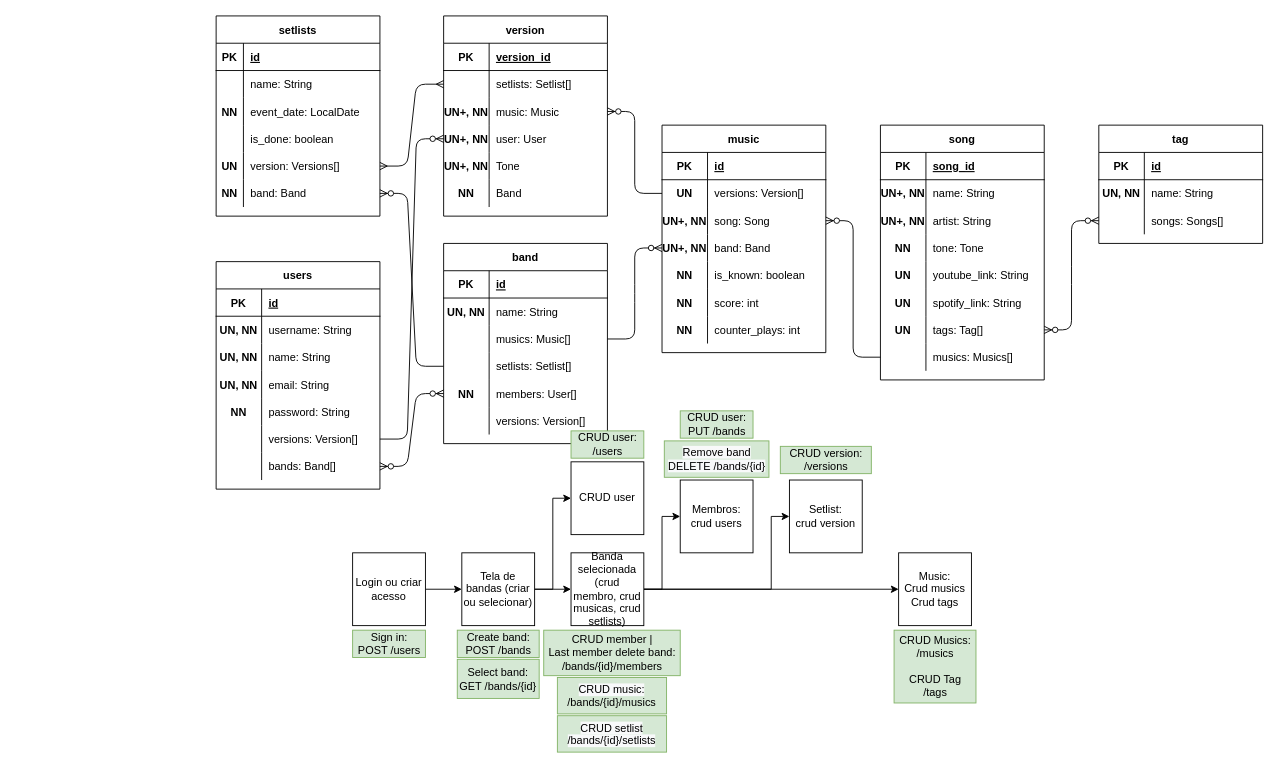
igormateus/repertapp-api keeps this draw.io diagram as design/diagram.drawio. Above is the earlier version. Source tidied: cells renumbered, new cells numbered last; positions are measured from the earlier drawing's top-left corner, leaving out a move shared by most shapes. Both pictures are drawn from the tidied source at 91%, with x=0, y=0 at pixel (216, 15).
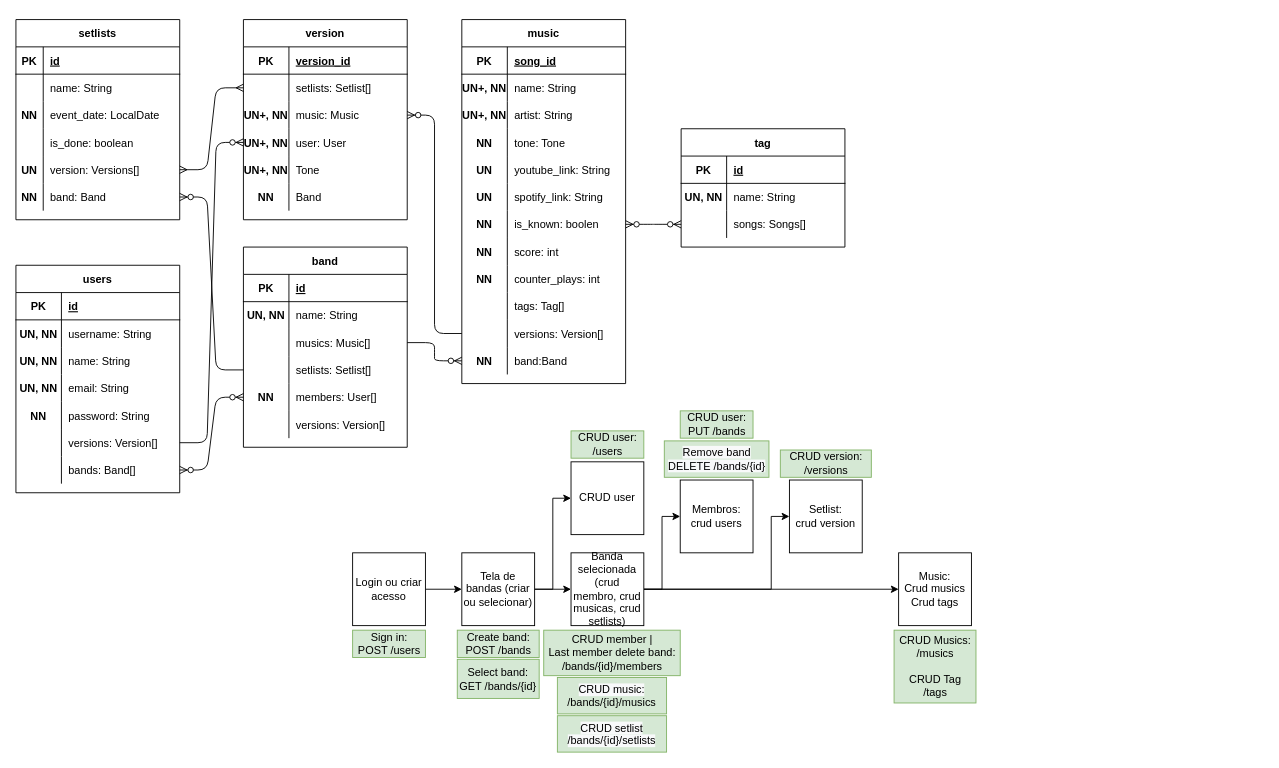
Above is the later version.

The change refers to these unchanged cells:
```xml
<mxCell id="21" style="shape=partialRectangle;fillColor=none;top=0;left=0;bottom=0;right=0;points=[[0,0.5],[1,0.5]];portConstraint=eastwest;" parent="2" vertex="1">
  <mxGeometry y="210" width="180" height="30" as="geometry" />
</mxCell>
<mxCell id="24" style="shape=partialRectangle;fillColor=none;top=0;left=0;bottom=0;right=0;points=[[0,0.5],[1,0.5]];portConstraint=eastwest;" parent="2" vertex="1">
  <mxGeometry y="240" width="180" height="30" as="geometry" />
</mxCell>
<mxCell id="86" style="shape=partialRectangle;fillColor=none;top=0;left=0;bottom=0;right=0;points=[[0,0.5],[1,0.5]];portConstraint=eastwest;" parent="79" vertex="1">
  <mxGeometry y="90" width="180" height="30" as="geometry" />
</mxCell>
<mxCell id="108" style="shape=partialRectangle;fillColor=none;top=0;left=0;bottom=0;right=0;points=[[0,0.5],[1,0.5]];portConstraint=eastwest;" parent="101" vertex="1">
  <mxGeometry y="90" width="180" height="30" as="geometry" />
</mxCell>
```

Change to the diagram source:
```diff
@@
-    <mxCell id="2" value="song" style="shape=table;startSize=30;childLayout=tableLayout;rowLines=0;fontStyle=1;align=center;" parent="1" vertex="1">
-      <mxGeometry x="730" y="120" width="180" height="280" as="geometry" />
+    <mxCell id="2" value="music" style="shape=table;startSize=30;childLayout=tableLayout;rowLines=0;fontStyle=1;align=center;" parent="1" vertex="1">
+      <mxGeometry x="270" y="4" width="180" height="400" as="geometry" />
     </mxCell>
@@
-    <mxCell id="22" value="UN" style="shape=partialRectangle;fillColor=none;top=0;left=0;bottom=0;right=0;overflow=hidden;fontStyle=1;" parent="21" vertex="1">
+    <mxCell id="22" value="NN" style="shape=partialRectangle;fillColor=none;top=0;left=0;bottom=0;right=0;overflow=hidden;fontStyle=1;" parent="21" vertex="1">
       <mxGeometry width="50" height="30" as="geometry" />
     </mxCell>
-    <mxCell id="23" value="tags: Tag[]" style="shape=partialRectangle;fillColor=none;top=0;left=0;bottom=0;right=0;align=left;spacingLeft=6;overflow=hidden;" parent="21" vertex="1">
+    <mxCell id="23" value="is_known: boolen" style="shape=partialRectangle;fillColor=none;top=0;left=0;bottom=0;right=0;align=left;spacingLeft=6;overflow=hidden;" parent="21" vertex="1">
       <mxGeometry x="50" width="130" height="30" as="geometry" />
     </mxCell>
@@
-    <mxCell id="25" style="shape=partialRectangle;fillColor=none;top=0;left=0;bottom=0;right=0;overflow=hidden;" parent="24" vertex="1">
-      <mxGeometry width="50" height="30" as="geometry" />
-    </mxCell>
-    <mxCell id="26" value="musics: Musics[]" style="shape=partialRectangle;fillColor=none;top=0;left=0;bottom=0;right=0;align=left;spacingLeft=6;overflow=hidden;" parent="24" vertex="1">
-      <mxGeometry x="50" width="130" height="30" as="geometry" />
-    </mxCell>
+    <mxCell id="170" value="NN" style="shape=partialRectangle;fillColor=none;top=0;left=0;bottom=0;right=0;overflow=hidden;fontStyle=1;" parent="24" vertex="1">
+      <mxGeometry width="50" height="30" as="geometry" />
+    </mxCell>
+    <mxCell id="138" value="score: int" style="shape=partialRectangle;fillColor=none;top=0;left=0;bottom=0;right=0;align=left;spacingLeft=6;overflow=hidden;" parent="24" vertex="1">
+      <mxGeometry x="50" width="130" height="30" as="geometry" />
+    </mxCell>
+    <mxCell id="171" style="shape=partialRectangle;fillColor=none;top=0;left=0;bottom=0;right=0;" parent="2" vertex="1">
+      <mxGeometry y="270" width="180" height="30" as="geometry" />
+    </mxCell>
+    <mxCell id="172" value="NN" style="shape=partialRectangle;fillColor=none;top=0;left=0;bottom=0;right=0;overflow=hidden;fontStyle=1;" parent="171" vertex="1">
+      <mxGeometry width="50" height="30" as="geometry" />
+    </mxCell>
+    <mxCell id="141" value="counter_plays: int" style="shape=partialRectangle;fillColor=none;top=0;left=0;bottom=0;right=0;align=left;spacingLeft=6;overflow=hidden;" parent="171" vertex="1">
+      <mxGeometry x="50" width="130" height="30" as="geometry" />
+    </mxCell>
+    <mxCell id="173" style="shape=partialRectangle;fillColor=none;top=0;left=0;bottom=0;right=0;" parent="2" vertex="1">
+      <mxGeometry y="300" width="180" height="30" as="geometry" />
+    </mxCell>
+    <mxCell id="174" style="shape=partialRectangle;fillColor=none;top=0;left=0;bottom=0;right=0;overflow=hidden;fontStyle=1;" parent="173" vertex="1">
+      <mxGeometry width="50" height="30" as="geometry" />
+    </mxCell>
+    <mxCell id="175" value="tags: Tag[]" style="shape=partialRectangle;fillColor=none;top=0;left=0;bottom=0;right=0;align=left;spacingLeft=6;overflow=hidden;" parent="173" vertex="1">
+      <mxGeometry x="50" width="130" height="30" as="geometry" />
+    </mxCell>
+    <mxCell id="176" style="shape=partialRectangle;fillColor=none;top=0;left=0;bottom=0;right=0;points=[[0,0.5],[1,0.5]];portConstraint=eastwest;" parent="2" vertex="1">
+      <mxGeometry y="330" width="180" height="30" as="geometry" />
+    </mxCell>
+    <mxCell id="177" style="shape=partialRectangle;fillColor=none;top=0;left=0;bottom=0;right=0;overflow=hidden;fontStyle=1;" parent="176" vertex="1">
+      <mxGeometry width="50" height="30" as="geometry" />
+    </mxCell>
+    <mxCell id="126" value="versions: Version[]" style="shape=partialRectangle;fillColor=none;top=0;left=0;bottom=0;right=0;align=left;spacingLeft=6;overflow=hidden;" parent="176" vertex="1">
+      <mxGeometry x="50" width="130" height="30" as="geometry" />
+    </mxCell>
+    <mxCell id="178" style="shape=partialRectangle;fillColor=none;top=0;left=0;bottom=0;right=0;points=[[0,0.5],[1,0.5]];portConstraint=eastwest;" parent="2" vertex="1">
+      <mxGeometry y="360" width="180" height="30" as="geometry" />
+    </mxCell>
+    <mxCell id="179" value="NN" style="shape=partialRectangle;fillColor=none;top=0;left=0;bottom=0;right=0;overflow=hidden;fontStyle=1;" parent="178" vertex="1">
+      <mxGeometry width="50" height="30" as="geometry" />
+    </mxCell>
+    <mxCell id="180" value="band:Band" style="shape=partialRectangle;fillColor=none;top=0;left=0;bottom=0;right=0;align=left;spacingLeft=6;overflow=hidden;" parent="178" vertex="1">
+      <mxGeometry x="50" width="130" height="30" as="geometry" />
+    </mxCell>
     <mxCell id="27" value="setlists" style="shape=table;startSize=30;childLayout=tableLayout;rowLines=0;fontStyle=1;align=center;" parent="1" vertex="1">
-      <mxGeometry width="180" height="220" as="geometry" />
+      <mxGeometry x="-220" y="4" width="180" height="220" as="geometry" />
     </mxCell>
@@
     <mxCell id="46" value="tag" style="shape=table;startSize=30;childLayout=tableLayout;rowLines=0;fontStyle=1;align=center;" parent="1" vertex="1">
-      <mxGeometry x="970" y="120" width="180" height="130" as="geometry" />
+      <mxGeometry x="511" y="124" width="180" height="130" as="geometry" />
     </mxCell>
@@
     <mxCell id="57" value="users" style="shape=table;startSize=30;childLayout=tableLayout;rowLines=0;fontStyle=1;align=center;" parent="1" vertex="1">
-      <mxGeometry y="270" width="180" height="250" as="geometry" />
+      <mxGeometry x="-220" y="274" width="180" height="250" as="geometry" />
     </mxCell>
@@
     <mxCell id="79" value="version" style="shape=table;startSize=30;childLayout=tableLayout;rowLines=0;fontStyle=1;align=center;" parent="1" vertex="1">
-      <mxGeometry x="250" width="180" height="220" as="geometry" />
+      <mxGeometry x="30" y="4" width="180" height="220" as="geometry" />
     </mxCell>
@@
-    <mxCell id="98" style="edgeStyle=entityRelationEdgeStyle;fontSize=12;html=1;endArrow=ERzeroToMany;entryX=1;entryY=0.5;entryDx=0;entryDy=0;exitX=0;exitY=0.5;exitDx=0;exitDy=0;endFill=1;" parent="1" edge="1" source="124" target="86">
+    <mxCell id="98" style="edgeStyle=entityRelationEdgeStyle;fontSize=12;html=1;endArrow=ERzeroToMany;entryX=1;entryY=0.5;entryDx=0;entryDy=0;exitX=0;exitY=0.5;exitDx=0;exitDy=0;endFill=1;" parent="1" edge="1" source="176" target="86">
       <mxGeometry relative="1" as="geometry" />
     </mxCell>
@@
     <mxCell id="101" value="band" style="shape=table;startSize=30;childLayout=tableLayout;rowLines=0;fontStyle=1;align=center;" parent="1" vertex="1">
-      <mxGeometry x="250" y="250" width="180" height="220" as="geometry" />
+      <mxGeometry x="30" y="254" width="180" height="220" as="geometry" />
     </mxCell>
@@
-    <mxCell id="120" value="music" style="shape=table;startSize=30;childLayout=tableLayout;rowLines=0;fontStyle=1;align=center;" parent="1" vertex="1">
-      <mxGeometry x="490" y="120" width="180" height="250" as="geometry" />
-    </mxCell>
-    <mxCell id="121" style="shape=partialRectangle;fillColor=none;top=0;left=0;bottom=1;right=0;" parent="120" vertex="1">
-      <mxGeometry y="30" width="180" height="30" as="geometry" />
-    </mxCell>
-    <mxCell id="122" value="PK" style="shape=partialRectangle;fillColor=none;top=0;left=0;bottom=0;right=0;fontStyle=1;overflow=hidden;" parent="121" vertex="1">
-      <mxGeometry width="50" height="30" as="geometry" />
-    </mxCell>
-    <mxCell id="123" value="id" style="shape=partialRectangle;fillColor=none;top=0;left=0;bottom=0;right=0;align=left;spacingLeft=6;fontStyle=5;overflow=hidden;" parent="121" vertex="1">
-      <mxGeometry x="50" width="130" height="30" as="geometry" />
-    </mxCell>
-    <mxCell id="124" style="shape=partialRectangle;fillColor=none;top=0;left=0;bottom=0;right=0;points=[[0,0.5],[1,0.5]];portConstraint=eastwest;" parent="120" vertex="1">
-      <mxGeometry y="60" width="180" height="30" as="geometry" />
-    </mxCell>
-    <mxCell id="125" value="UN" style="shape=partialRectangle;fillColor=none;top=0;left=0;bottom=0;right=0;overflow=hidden;fontStyle=1;" parent="124" vertex="1">
-      <mxGeometry width="50" height="30" as="geometry" />
-    </mxCell>
-    <mxCell id="126" value="versions: Version[]" style="shape=partialRectangle;fillColor=none;top=0;left=0;bottom=0;right=0;align=left;spacingLeft=6;overflow=hidden;" parent="124" vertex="1">
-      <mxGeometry x="50" width="130" height="30" as="geometry" />
-    </mxCell>
-    <mxCell id="127" style="shape=partialRectangle;fillColor=none;top=0;left=0;bottom=0;right=0;points=[[0,0.5],[1,0.5]];portConstraint=eastwest;" parent="120" vertex="1">
-      <mxGeometry y="90" width="180" height="30" as="geometry" />
-    </mxCell>
-    <mxCell id="128" value="UN+, NN" style="shape=partialRectangle;fillColor=none;top=0;left=0;bottom=0;right=0;overflow=hidden;fontStyle=1;" parent="127" vertex="1">
-      <mxGeometry width="50" height="30" as="geometry" />
-    </mxCell>
-    <mxCell id="129" value="song: Song" style="shape=partialRectangle;fillColor=none;top=0;left=0;bottom=0;right=0;align=left;spacingLeft=6;overflow=hidden;" parent="127" vertex="1">
-      <mxGeometry x="50" width="130" height="30" as="geometry" />
-    </mxCell>
-    <mxCell id="130" style="shape=partialRectangle;fillColor=none;top=0;left=0;bottom=0;right=0;points=[[0,0.5],[1,0.5]];portConstraint=eastwest;" parent="120" vertex="1">
-      <mxGeometry y="120" width="180" height="30" as="geometry" />
-    </mxCell>
-    <mxCell id="131" value="UN+, NN" style="shape=partialRectangle;fillColor=none;top=0;left=0;bottom=0;right=0;overflow=hidden;fontStyle=1;" parent="130" vertex="1">
-      <mxGeometry width="50" height="30" as="geometry" />
-    </mxCell>
-    <mxCell id="132" value="band: Band" style="shape=partialRectangle;fillColor=none;top=0;left=0;bottom=0;right=0;align=left;spacingLeft=6;overflow=hidden;" parent="130" vertex="1">
-      <mxGeometry x="50" width="130" height="30" as="geometry" />
-    </mxCell>
-    <mxCell id="133" style="shape=partialRectangle;fillColor=none;top=0;left=0;bottom=0;right=0;" parent="120" vertex="1">
-      <mxGeometry y="150" width="180" height="30" as="geometry" />
-    </mxCell>
-    <mxCell id="134" value="NN" style="shape=partialRectangle;fillColor=none;top=0;left=0;bottom=0;right=0;overflow=hidden;fontStyle=1;" parent="133" vertex="1">
-      <mxGeometry width="50" height="30" as="geometry" />
-    </mxCell>
-    <mxCell id="135" value="is_known: boolean" style="shape=partialRectangle;fillColor=none;top=0;left=0;bottom=0;right=0;align=left;spacingLeft=6;overflow=hidden;" parent="133" vertex="1">
-      <mxGeometry x="50" width="130" height="30" as="geometry" />
-    </mxCell>
-    <mxCell id="136" style="shape=partialRectangle;fillColor=none;top=0;left=0;bottom=0;right=0;" parent="120" vertex="1">
-      <mxGeometry y="180" width="180" height="30" as="geometry" />
-    </mxCell>
-    <mxCell id="137" value="NN" style="shape=partialRectangle;fillColor=none;top=0;left=0;bottom=0;right=0;overflow=hidden;fontStyle=1;" parent="136" vertex="1">
-      <mxGeometry width="50" height="30" as="geometry" />
-    </mxCell>
-    <mxCell id="138" value="score: int" style="shape=partialRectangle;fillColor=none;top=0;left=0;bottom=0;right=0;align=left;spacingLeft=6;overflow=hidden;" parent="136" vertex="1">
-      <mxGeometry x="50" width="130" height="30" as="geometry" />
-    </mxCell>
-    <mxCell id="139" style="shape=partialRectangle;fillColor=none;top=0;left=0;bottom=0;right=0;" parent="120" vertex="1">
-      <mxGeometry y="210" width="180" height="30" as="geometry" />
-    </mxCell>
-    <mxCell id="140" value="NN" style="shape=partialRectangle;fillColor=none;top=0;left=0;bottom=0;right=0;overflow=hidden;fontStyle=1;" parent="139" vertex="1">
-      <mxGeometry width="50" height="30" as="geometry" />
-    </mxCell>
-    <mxCell id="141" value="counter_plays: int" style="shape=partialRectangle;fillColor=none;top=0;left=0;bottom=0;right=0;align=left;spacingLeft=6;overflow=hidden;" parent="139" vertex="1">
-      <mxGeometry x="50" width="130" height="30" as="geometry" />
-    </mxCell>
-    <mxCell id="142" style="edgeStyle=entityRelationEdgeStyle;fontSize=12;html=1;endArrow=ERzeroToMany;endFill=1;exitX=0;exitY=0.5;exitDx=0;exitDy=0;entryX=1;entryY=0.5;entryDx=0;entryDy=0;" parent="1" edge="1" source="24" target="127">
-      <mxGeometry relative="1" as="geometry" />
-    </mxCell>
@@
-    <mxCell id="145" style="edgeStyle=entityRelationEdgeStyle;fontSize=12;html=1;endArrow=ERzeroToMany;endFill=1;exitX=1;exitY=0.5;exitDx=0;exitDy=0;entryX=0;entryY=0.5;entryDx=0;entryDy=0;" parent="1" edge="1" source="108" target="130">
+    <mxCell id="145" style="edgeStyle=entityRelationEdgeStyle;fontSize=12;html=1;endArrow=ERzeroToMany;endFill=1;exitX=1;exitY=0.5;exitDx=0;exitDy=0;entryX=0;entryY=0.5;entryDx=0;entryDy=0;" parent="1" edge="1" source="108" target="178">
       <mxGeometry relative="1" as="geometry" />
     </mxCell>
@@
     <mxCell id="162" value="CRUD version:&lt;br&gt;/versions" style="text;html=1;align=center;verticalAlign=middle;strokeColor=#82b366;fillColor=#d5e8d4;" parent="1" vertex="1">
-      <mxGeometry x="620" y="473" width="100" height="30" as="geometry" />
+      <mxGeometry x="620" y="477" width="100" height="30" as="geometry" />
     </mxCell>
```
